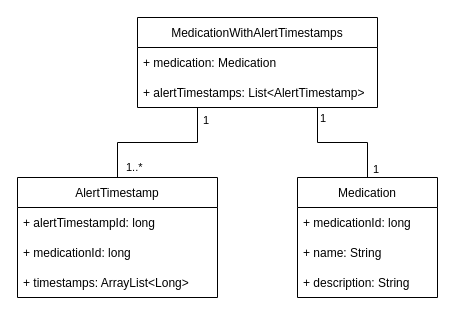
Before: doc/images/raw/uml_diagram.drawio in eco3/Medify, a draw.io diagram. Source tidied: cells renumbered, new cells numbered last; positions are measured from the earlier drawing's top-left corner, leaving out a move shared by most shapes. Both pictures are drawn from the tidied source at 100%, with x=0, y=0 at pixel (17, 17).
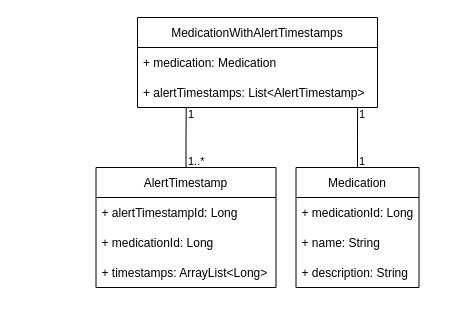
The same page after the edit.

Change to the diagram source:
```diff
@@
+    <mxCell id="16" value="MedicationWithAlertTimestamps" style="swimlane;fontStyle=0;horizontal=1;startSize=30;" parent="1" vertex="1">
+      <mxGeometry x="120" width="240" height="90" as="geometry" />
+    </mxCell>
+    <mxCell id="17" value="+ medication: Medication" style="text;strokeColor=none;fillColor=none;align=left;verticalAlign=middle;spacingLeft=4;spacingRight=4;overflow=hidden;" parent="16" vertex="1">
+      <mxGeometry y="30" width="240" height="30" as="geometry" />
+    </mxCell>
+    <mxCell id="18" value="+ alertTimestamps: List&lt;AlertTimestamp&gt;" style="text;strokeColor=none;fillColor=none;align=left;verticalAlign=middle;spacingLeft=4;spacingRight=4;overflow=hidden;points=[[0,0.5],[1,0.5]];portConstraint=eastwest;" parent="16" vertex="1">
+      <mxGeometry y="60" width="240" height="30" as="geometry" />
+    </mxCell>
+    <mxCell id="19" style="group;" parent="1" vertex="1">
+      <mxGeometry x="78.5" y="150" width="323" height="120" as="geometry" />
+    </mxCell>
-    <mxCell id="2" value="Medication" style="swimlane;fontStyle=0;horizontal=1;startSize=30;" parent="1" vertex="1">
-      <mxGeometry x="280" y="160" width="140" height="120" as="geometry" />
+    <mxCell id="2" value="Medication" style="swimlane;fontStyle=0;horizontal=1;startSize=30;" parent="19" vertex="1">
+      <mxGeometry x="200" width="123" height="120" as="geometry" />
     </mxCell>
-    <mxCell id="3" value="+ medicationId: long" style="text;strokeColor=none;fillColor=none;align=left;verticalAlign=middle;spacingLeft=4;spacingRight=4;overflow=hidden;" parent="2" vertex="1">
-      <mxGeometry y="30" width="140" height="30" as="geometry" />
+    <mxCell id="3" value="+ medicationId: Long" style="text;strokeColor=none;fillColor=none;align=left;verticalAlign=middle;spacingLeft=4;spacingRight=4;overflow=hidden;" parent="2" vertex="1">
+      <mxGeometry y="30" width="123" height="30" as="geometry" />
     </mxCell>
     <mxCell id="4" value="+ name: String" style="text;strokeColor=none;fillColor=none;align=left;verticalAlign=middle;spacingLeft=4;spacingRight=4;overflow=hidden;" parent="2" vertex="1">
-      <mxGeometry y="60" width="140" height="30" as="geometry" />
+      <mxGeometry y="60" width="123" height="30" as="geometry" />
     </mxCell>
     <mxCell id="5" value="+ description: String" style="text;strokeColor=none;fillColor=none;align=left;verticalAlign=middle;spacingLeft=4;spacingRight=4;overflow=hidden;" parent="2" vertex="1">
-      <mxGeometry y="90" width="140" height="30" as="geometry" />
+      <mxGeometry y="90" width="123" height="30" as="geometry" />
     </mxCell>
-    <mxCell id="6" style="edgeStyle=orthogonalEdgeStyle;rounded=0;jettySize=auto;html=1;exitX=0.5;exitY=0;exitDx=0;exitDy=0;entryX=0.25;entryY=1;entryDx=0;entryDy=0;endArrow=none;endFill=0;" parent="1" edge="1" source="9" target="16">
-      <mxGeometry relative="1" as="geometry" />
-    </mxCell>
-    <mxCell id="7" value="1" style="edgeLabel;html=1;align=left;verticalAlign=middle;spacing=5;labelPosition=right;verticalLabelPosition=middle;" parent="6" vertex="1">
-      <mxGeometry x="0.84" y="-1" relative="1" as="geometry" />
-    </mxCell>
-    <mxCell id="8" value="1..*" style="edgeLabel;html=1;align=left;verticalAlign=middle;labelPosition=right;verticalLabelPosition=middle;spacing=5;" parent="6" vertex="1">
-      <mxGeometry x="-0.86" y="-4" relative="1" as="geometry" />
-    </mxCell>
-    <mxCell id="9" value="AlertTimestamp" style="swimlane;fontStyle=0;horizontal=1;startSize=30;" parent="1" vertex="1">
-      <mxGeometry y="160" width="200" height="120" as="geometry" />
+    <mxCell id="9" value="AlertTimestamp" style="swimlane;fontStyle=0;horizontal=1;startSize=30;" parent="19" vertex="1">
+      <mxGeometry width="180" height="120" as="geometry" />
     </mxCell>
-    <mxCell id="10" value="+ alertTimestampId: long" style="text;strokeColor=none;fillColor=none;align=left;verticalAlign=middle;spacingLeft=4;spacingRight=4;overflow=hidden;" parent="9" vertex="1">
-      <mxGeometry y="30" width="200" height="30" as="geometry" />
+    <mxCell id="10" value="+ alertTimestampId: Long" style="text;strokeColor=none;fillColor=none;align=left;verticalAlign=middle;spacingLeft=4;spacingRight=4;overflow=hidden;" parent="9" vertex="1">
+      <mxGeometry y="30" width="180" height="30" as="geometry" />
     </mxCell>
-    <mxCell id="11" value="+ medicationId: long" style="text;strokeColor=none;fillColor=none;align=left;verticalAlign=middle;spacingLeft=4;spacingRight=4;overflow=hidden;" parent="9" vertex="1">
-      <mxGeometry y="60" width="200" height="30" as="geometry" />
+    <mxCell id="11" value="+ medicationId: Long" style="text;strokeColor=none;fillColor=none;align=left;verticalAlign=middle;spacingLeft=4;spacingRight=4;overflow=hidden;" parent="9" vertex="1">
+      <mxGeometry y="60" width="180" height="30" as="geometry" />
     </mxCell>
     <mxCell id="12" value="+ timestamps: ArrayList&lt;Long&gt;" style="text;strokeColor=none;fillColor=none;align=left;verticalAlign=middle;spacingLeft=4;spacingRight=4;overflow=hidden;" parent="9" vertex="1">
-      <mxGeometry y="90" width="200" height="30" as="geometry" />
+      <mxGeometry y="90" width="180" height="30" as="geometry" />
     </mxCell>
-    <mxCell id="13" style="edgeStyle=orthogonalEdgeStyle;rounded=0;jettySize=auto;html=1;exitX=0.75;exitY=1;exitDx=0;exitDy=0;endArrow=none;endFill=0;" parent="1" edge="1" source="16" target="2">
-      <mxGeometry relative="1" as="geometry" />
-    </mxCell>
-    <mxCell id="14" value="1" style="edgeLabel;html=1;align=left;verticalAlign=middle;labelPosition=right;verticalLabelPosition=middle;spacing=5;" parent="13" vertex="1">
-      <mxGeometry x="-0.83" y="-2" relative="1" as="geometry" />
-    </mxCell>
-    <mxCell id="15" value="1" style="edgeLabel;html=1;align=left;verticalAlign=middle;spacing=5;labelPosition=right;verticalLabelPosition=middle;" parent="13" vertex="1">
-      <mxGeometry x="0.85" y="1" relative="1" as="geometry" />
-    </mxCell>
-    <mxCell id="16" value="MedicationWithAlertTimestamps" style="swimlane;fontStyle=0;horizontal=1;startSize=30;" parent="1" vertex="1">
-      <mxGeometry x="120" width="240" height="90" as="geometry" />
-    </mxCell>
-    <mxCell id="17" value="+ medication: Medication" style="text;strokeColor=none;fillColor=none;align=left;verticalAlign=middle;spacingLeft=4;spacingRight=4;overflow=hidden;" parent="16" vertex="1">
-      <mxGeometry y="30" width="240" height="30" as="geometry" />
-    </mxCell>
-    <mxCell id="18" value="+ alertTimestamps: List&lt;AlertTimestamp&gt;" style="text;strokeColor=none;fillColor=none;align=left;verticalAlign=middle;spacingLeft=4;spacingRight=4;overflow=hidden;points=[[0,0.5],[1,0.5]];portConstraint=eastwest;" parent="16" vertex="1">
-      <mxGeometry y="60" width="240" height="30" as="geometry" />
-    </mxCell>
+    <mxCell id="20" style="edgeStyle=orthogonalEdgeStyle;rounded=0;jettySize=auto;html=1;exitX=0.5;exitY=0;exitDx=0;exitDy=0;entryX=0.203;entryY=1;entryDx=0;entryDy=0;entryPerimeter=0;endArrow=none;endFill=0;" parent="1" edge="1" source="9" target="18">
+      <mxGeometry relative="1" as="geometry" />
+    </mxCell>
+    <mxCell id="21" value="1" style="edgeLabel;html=1;align=left;verticalAlign=middle;labelPosition=right;verticalLabelPosition=middle;labelBackgroundColor=none;" parent="20" vertex="1">
+      <mxGeometry x="0.78" relative="1" as="geometry" />
+    </mxCell>
+    <mxCell id="8" value="1..*" style="edgeLabel;html=1;align=left;verticalAlign=middle;labelPosition=right;verticalLabelPosition=middle;labelBackgroundColor=none;" parent="20" vertex="1">
+      <mxGeometry x="-0.8" y="1" relative="1" as="geometry">
+        <mxPoint x="1" y="-1" as="offset" />
+      </mxGeometry>
+    </mxCell>
+    <mxCell id="22" style="edgeStyle=orthogonalEdgeStyle;rounded=0;jettySize=auto;html=1;exitX=0.5;exitY=0;exitDx=0;exitDy=0;entryX=0.917;entryY=1;entryDx=0;entryDy=0;entryPerimeter=0;endArrow=none;endFill=0;" parent="1" edge="1" source="2" target="18">
+      <mxGeometry relative="1" as="geometry" />
+    </mxCell>
+    <mxCell id="23" value="1" style="edgeLabel;html=1;align=left;verticalAlign=middle;labelPosition=right;verticalLabelPosition=middle;labelBackgroundColor=none;" parent="22" vertex="1">
+      <mxGeometry x="0.72" relative="1" as="geometry">
+        <mxPoint y="-2" as="offset" />
+      </mxGeometry>
+    </mxCell>
+    <mxCell id="24" value="1" style="edgeLabel;html=1;align=left;verticalAlign=middle;labelPosition=right;verticalLabelPosition=middle;labelBackgroundColor=none;" parent="22" vertex="1">
+      <mxGeometry x="-0.79" y="-1" relative="1" as="geometry">
+        <mxPoint x="-1" y="-1" as="offset" />
+      </mxGeometry>
+    </mxCell>
```
